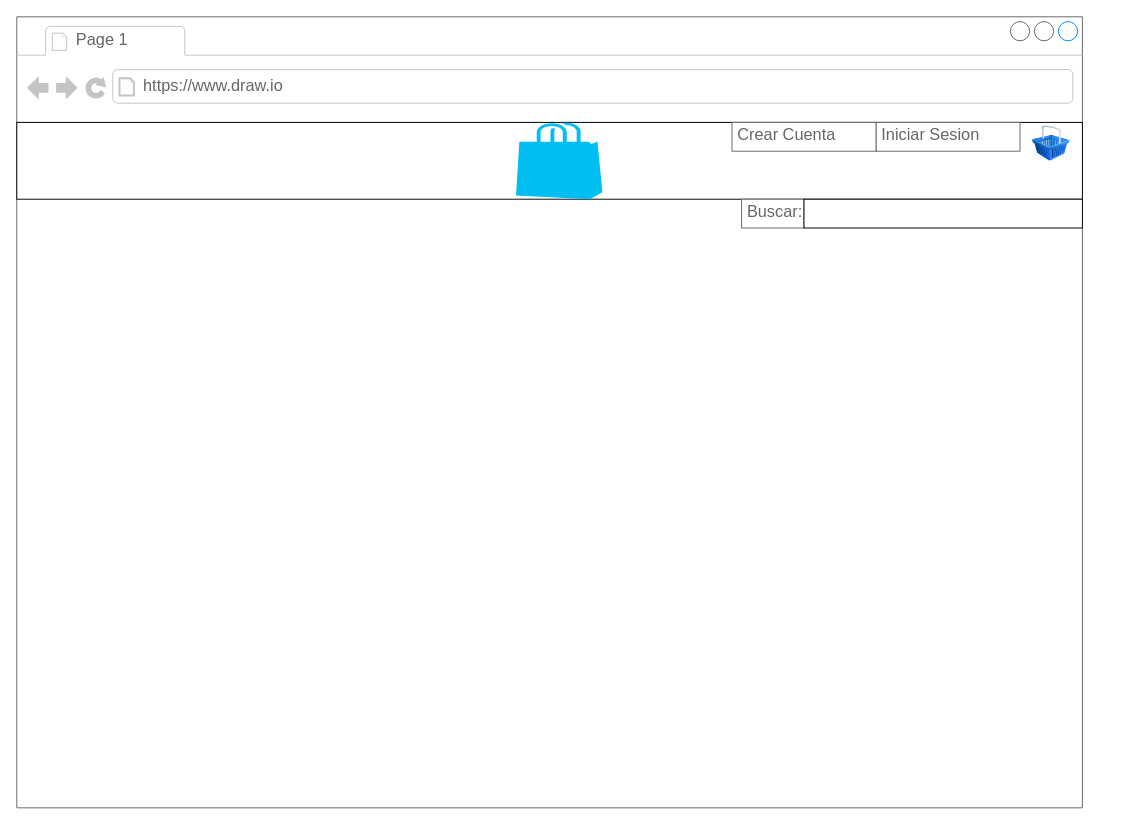
VPDamian/curso-html-css-inicial-integrador keeps this draw.io diagram as Wireframe/Tienda en Linea.drawio. Above is the earlier version. Source tidied: cells renumbered, new cells numbered last; positions are measured from the earlier drawing's top-left corner, leaving out a move shared by most shapes. Both pictures are drawn from the tidied source at 96%, with x=0, y=0 at pixel (16, 16).
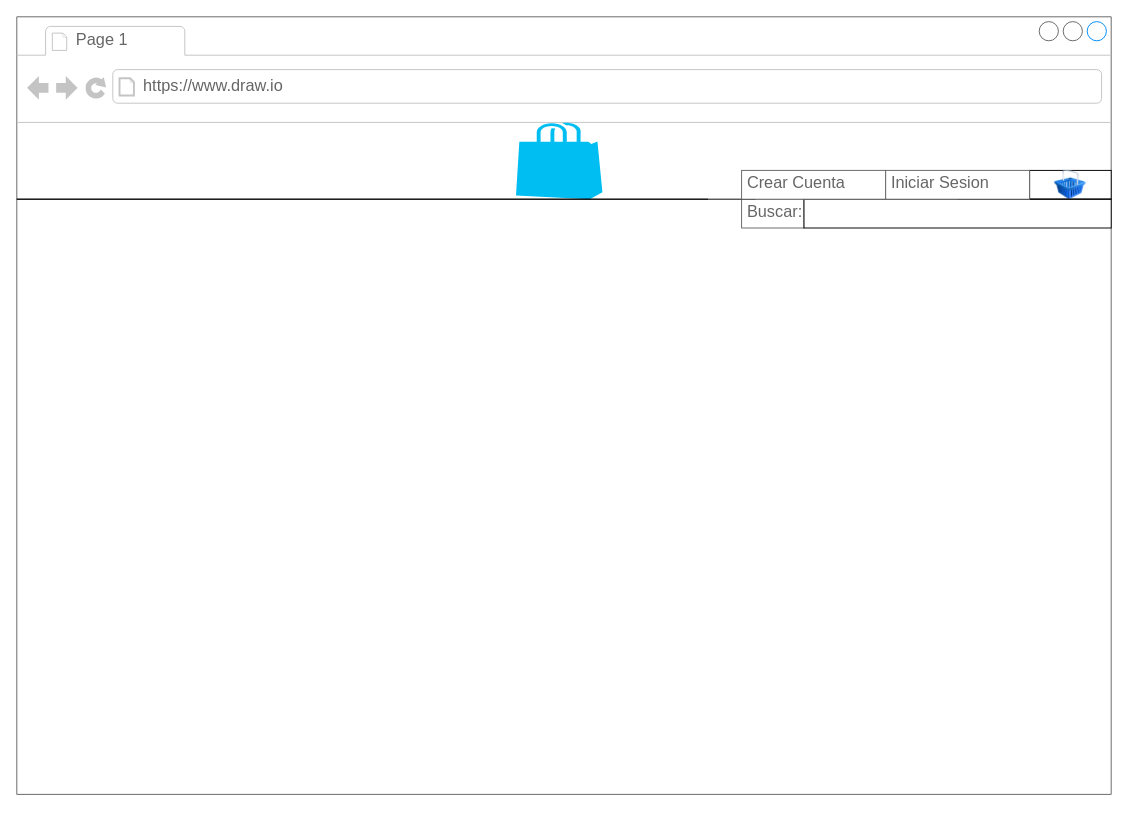
The same page after the edit.

Commit message:
guardado wireframe

Change to the diagram source:
```diff
@@
 <mxGraphModel background="#ffffff">
   <root>
     <mxCell id="0" />
     <mxCell id="1" parent="0" />
     <mxCell id="2" style="strokeWidth=1;shadow=0;dashed=0;align=center;html=1;shape=mxgraph.mockup.containers.browserWindow;rSize=0;strokeColor=#666666;strokeColor2=#008cff;strokeColor3=#c4c4c4;mainText=,;" parent="1" vertex="1">
-      <mxGeometry width="1110" height="824" as="geometry" />
+      <mxGeometry width="1140" height="810" as="geometry" />
     </mxCell>
+    <mxCell id="12" style="rounded=0;whiteSpace=wrap;html=1;" parent="2" vertex="1">
+      <mxGeometry x="1055" y="160" width="85" height="30" as="geometry" />
+    </mxCell>
     <mxCell id="3" value="Page 1" style="strokeWidth=1;shadow=0;dashed=0;align=center;html=1;shape=mxgraph.mockup.containers.anchor;fontSize=17;fontColor=#666666;align=left;whiteSpace=wrap;" parent="2" vertex="1">
       <mxGeometry x="60" y="12" width="110" height="26" as="geometry" />
     </mxCell>
     <mxCell id="4" value="https://www.draw.io" style="strokeWidth=1;shadow=0;dashed=0;align=center;html=1;shape=mxgraph.mockup.containers.anchor;rSize=0;fontSize=17;fontColor=#666666;align=left;" parent="2" vertex="1">
       <mxGeometry x="130" y="60" width="250" height="26" as="geometry" />
     </mxCell>
-    <mxCell id="5" style="rounded=0;whiteSpace=wrap;html=1;" parent="2" vertex="1">
-      <mxGeometry y="110" width="1110" height="80" as="geometry" />
-    </mxCell>
     <mxCell id="6" style="verticalLabelPosition=bottom;html=1;verticalAlign=top;align=center;strokeColor=none;fillColor=#00BEF2;shape=mxgraph.azure.azure_marketplace;" parent="2" vertex="1">
       <mxGeometry x="520" y="110" width="90" height="80" as="geometry" />
     </mxCell>
-    <mxCell id="7" value="Iniciar Sesion" style="strokeWidth=1;shadow=0;dashed=0;align=center;html=1;shape=mxgraph.mockup.text.textBox;fontColor=#666666;align=left;fontSize=17;spacingLeft=4;spacingTop=-3;whiteSpace=wrap;strokeColor=#666666;mainText=;" parent="2" vertex="1">
-      <mxGeometry x="895" y="110" width="150" height="30" as="geometry" />
-    </mxCell>
-    <mxCell id="8" value="Crear Cuenta" style="strokeWidth=1;shadow=0;dashed=0;align=center;html=1;shape=mxgraph.mockup.text.textBox;fontColor=#666666;align=left;fontSize=17;spacingLeft=4;spacingTop=-3;whiteSpace=wrap;strokeColor=#666666;mainText=;" parent="2" vertex="1">
-      <mxGeometry x="745" y="110" width="150" height="30" as="geometry" />
-    </mxCell>
     <mxCell id="9" style="image;html=1;image=img/lib/clip_art/finance/Shopping_Cart_128x128.png;" parent="2" vertex="1">
-      <mxGeometry x="1045" y="114" width="65" height="36" as="geometry" />
+      <mxGeometry x="1070" y="160" width="55" height="30" as="geometry" />
     </mxCell>
     <mxCell id="10" value="Buscar:" style="strokeWidth=1;shadow=0;dashed=0;align=center;html=1;shape=mxgraph.mockup.text.textBox;fontColor=#666666;align=left;fontSize=17;spacingLeft=4;spacingTop=-3;whiteSpace=wrap;strokeColor=#666666;mainText=;" parent="2" vertex="1">
       <mxGeometry x="755" y="190" width="65" height="30" as="geometry" />
     </mxCell>
     <mxCell id="11" style="rounded=0;whiteSpace=wrap;html=1;" parent="2" vertex="1">
-      <mxGeometry x="820" y="190" width="290" height="30" as="geometry" />
+      <mxGeometry x="820" y="190" width="320" height="30" as="geometry" />
     </mxCell>
+    <mxCell id="13" style="endArrow=none;html=1;rounded=0;" parent="2" edge="1" source="8">
+      <mxGeometry relative="1" as="geometry">
+        <mxPoint x="720" y="190" as="targetPoint" />
+        <Array as="points">
+          <mxPoint x="769.5" y="190" />
+          <mxPoint y="190" />
+        </Array>
+      </mxGeometry>
+    </mxCell>
+    <mxCell id="14" style="endArrow=none;html=1;rounded=0;exitX=1;exitY=0;exitDx=0;exitDy=0;entryX=0.5;entryY=0;entryDx=0;entryDy=0;" parent="2" edge="1" source="11" target="11">
+      <mxGeometry relative="1" as="geometry" />
+    </mxCell>
+    <mxCell id="7" value="Iniciar Sesion" style="strokeWidth=1;shadow=0;dashed=0;align=center;html=1;shape=mxgraph.mockup.text.textBox;fontColor=#666666;align=left;fontSize=17;spacingLeft=4;spacingTop=-3;whiteSpace=wrap;strokeColor=#666666;mainText=;" parent="2" vertex="1">
+      <mxGeometry x="905" y="160" width="150" height="30" as="geometry" />
+    </mxCell>
+    <mxCell id="8" value="Crear Cuenta" style="strokeWidth=1;shadow=0;dashed=0;align=center;html=1;shape=mxgraph.mockup.text.textBox;fontColor=#666666;align=left;fontSize=17;spacingLeft=4;spacingTop=-3;whiteSpace=wrap;strokeColor=#666666;mainText=;" parent="2" vertex="1">
+      <mxGeometry x="755" y="160" width="150" height="30" as="geometry" />
+    </mxCell>
   </root>
 </mxGraphModel>
```
